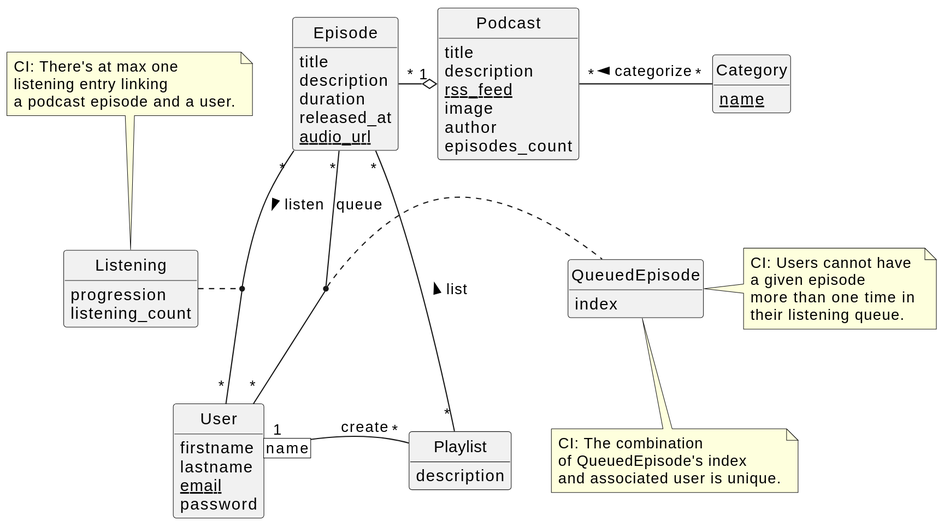
The PlantUML diagram mcd.svg in samuelroland/podweb, before a commit.
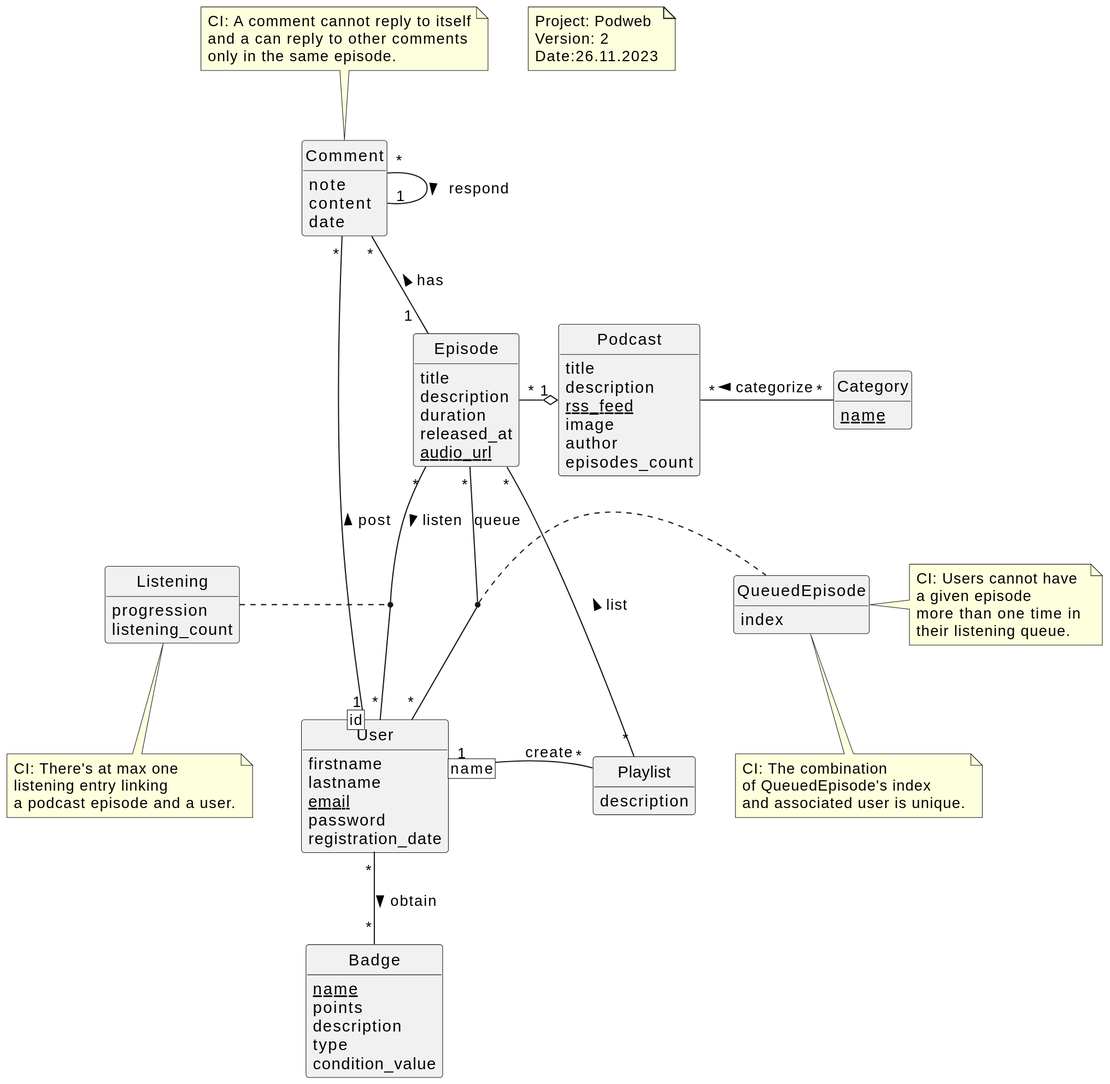
Above is the later version.

Commit message:
MCD PUML: try to enhance layout to a more vertical one, add CI detail on Comment, refactor some note positions puml notation

The edit, as a diff of the source:
```diff
@@ -5,11 +5,13 @@
 skinparam classAttributeIconSize 0
 hide methods
 
+
 entity User {
 	firstname
 	lastname
 	{static} email
 	password
+	registration_date
 }
 
 entity Podcast {
@@ -46,19 +48,38 @@
 	index
 }
 
+entity Badge {
+	{static}name
+	points
+	description
+	type
+	condition_value
+}
+
+entity Comment {
+	note
+	content
+	date
+}
+
 User [name] "1"-"*" Playlist: create
 Podcast "1" o-left-"*" Episode
 Podcast "*"-"*" Category: categorize <
-Episode "*"--"*" User: listen >
+Episode "*"-"*" User: listen >
 Listening . (Episode, User)
 Playlist "*"-"*" Episode: list >
 Episode "*"-"*" User: queue <
+User "1"-left-"*" [id] Comment : post >
+Comment "*"--"1  " Episode : has <
+User "*"--"*" Badge : obtain >
+Comment "1"-left-"*" Comment : respond <
 
-note "CI: Users cannot have \na given episode \nmore than one time in \ntheir listening queue." as N1
-note "CI: The combination \nof QueuedEpisode's index \nand associated user is unique." as N2
-QueuedEpisode . N1
-QueuedEpisode .. N2
+note right of QueuedEpisode: CI: Users cannot have \na given episode \nmore than one time in \ntheir listening queue.
+note bottom of QueuedEpisode: CI: The combination \nof QueuedEpisode's index \nand associated user is unique.
 (User, Episode) . QueuedEpisode
 note "CI: There's at max one \nlistening entry linking\na podcast episode and a user." as N3
-N3 .. Listening
+Listening .. N3
+note top of Comment: CI: A comment cannot reply to itself\nand a can reply to other comments\nonly in the same episode.
+
+note "Project: Podweb\nVersion: 2\nDate:26.11.2023" as N5
 @enduml
```
